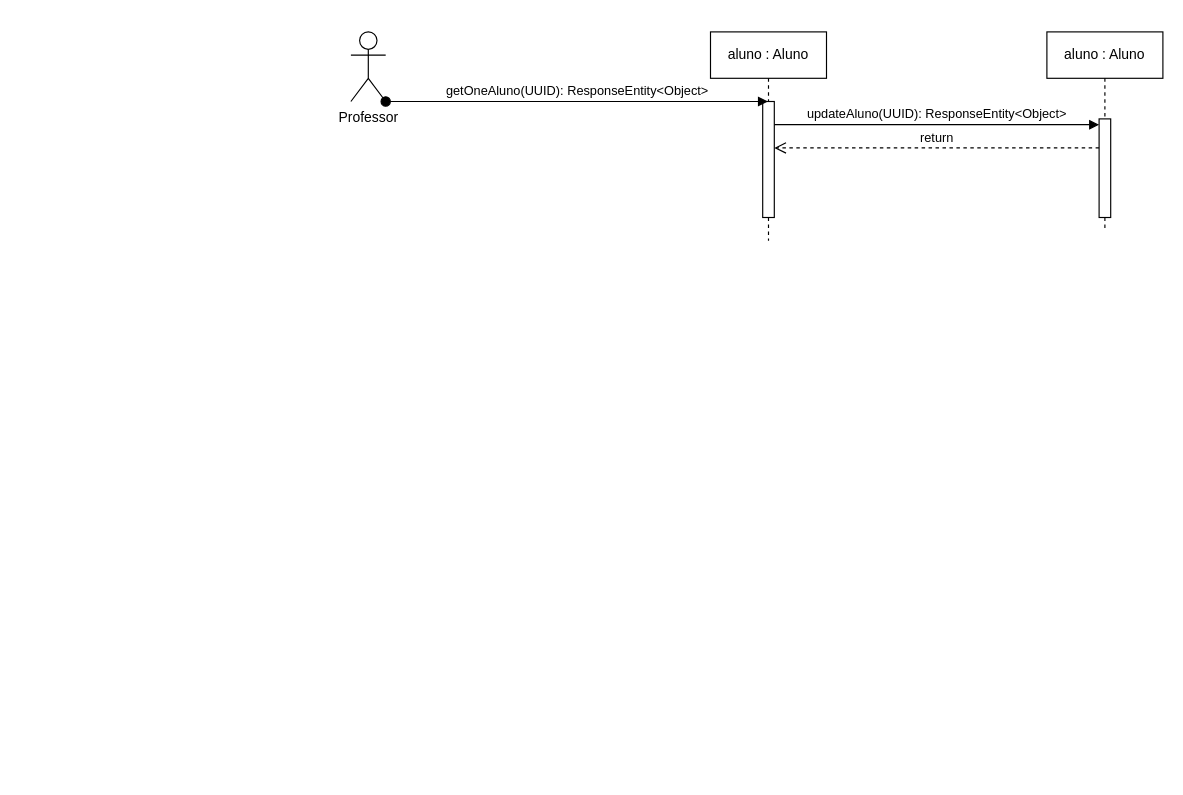
Earlier version of the draw.io diagram Projeto/DiagramaSequenciaDistribuirMoedasUC2.drawio (gustavoevf/Sistema_de_Moeda_Estudantil). Source tidied: cells renumbered, new cells numbered last; positions are measured from the earlier drawing's top-left corner, leaving out a move shared by most shapes. Both pictures are drawn from the tidied source at 116%, with x=0, y=0 at pixel (350, 31).
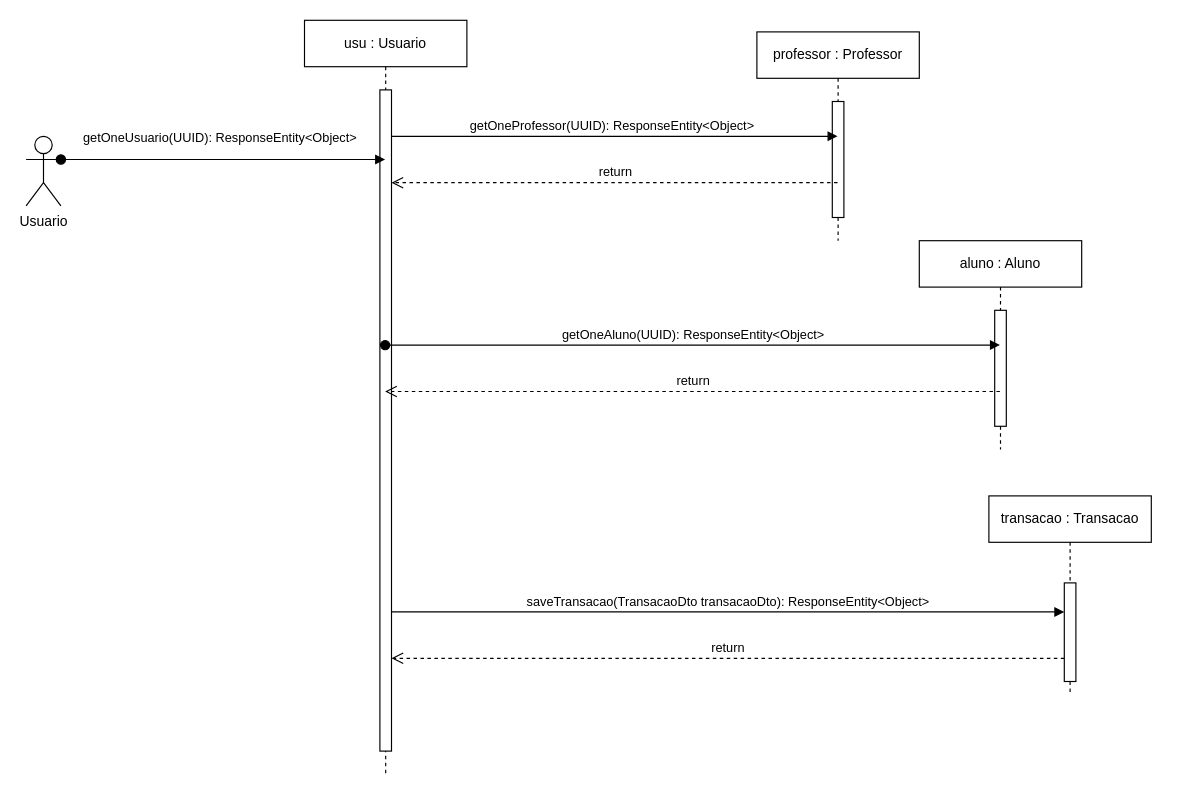
Above is the later version.

Commit message (it also covers changes not shown here):
Ajustes diagrama distribuir moedas

What changed in the source:
```diff
@@
-    <mxCell id="2" value="aluno : Aluno" style="shape=umlLifeline;perimeter=lifelinePerimeter;whiteSpace=wrap;html=1;outlineConnect=0;portConstraint=eastwest;newEdgeStyle={&quot;edgeStyle&quot;:&quot;elbowEdgeStyle&quot;,&quot;elbow&quot;:&quot;vertical&quot;,&quot;curved&quot;:0,&quot;rounded&quot;:0};" parent="1" vertex="1">
-      <mxGeometry x="310" width="100" height="180" as="geometry" />
+    <mxCell id="2" value="professor : Professor" style="shape=umlLifeline;perimeter=lifelinePerimeter;whiteSpace=wrap;html=1;outlineConnect=0;portConstraint=eastwest;newEdgeStyle={&quot;edgeStyle&quot;:&quot;elbowEdgeStyle&quot;,&quot;elbow&quot;:&quot;vertical&quot;,&quot;curved&quot;:0,&quot;rounded&quot;:0};" parent="1" vertex="1">
+      <mxGeometry x="350" width="140" height="180" as="geometry" />
     </mxCell>
     <mxCell id="3" style="html=1;points=[];perimeter=orthogonalPerimeter;outlineConnect=0;targetShapes=umlLifeline;portConstraint=eastwest;newEdgeStyle={&quot;edgeStyle&quot;:&quot;elbowEdgeStyle&quot;,&quot;elbow&quot;:&quot;vertical&quot;,&quot;curved&quot;:0,&quot;rounded&quot;:0};" parent="2" vertex="1">
-      <mxGeometry x="45" y="60" width="10" height="100" as="geometry" />
+      <mxGeometry x="65" y="60" width="10" height="100" as="geometry" />
     </mxCell>
-    <mxCell id="4" value="aluno : Aluno" style="shape=umlLifeline;perimeter=lifelinePerimeter;whiteSpace=wrap;html=1;newEdgeStyle={&quot;edgeStyle&quot;:&quot;elbowEdgeStyle&quot;,&quot;elbow&quot;:&quot;vertical&quot;,&quot;curved&quot;:0,&quot;rounded&quot;:0};" parent="1" vertex="1">
-      <mxGeometry x="600" width="100" height="170" as="geometry" />
+    <mxCell id="4" value="transacao : Transacao" style="shape=umlLifeline;perimeter=lifelinePerimeter;whiteSpace=wrap;html=1;newEdgeStyle={&quot;edgeStyle&quot;:&quot;elbowEdgeStyle&quot;,&quot;elbow&quot;:&quot;vertical&quot;,&quot;curved&quot;:0,&quot;rounded&quot;:0};" parent="1" vertex="1">
+      <mxGeometry x="550" y="400" width="140" height="170" as="geometry" />
     </mxCell>
     <mxCell id="5" style="html=1;points=[];perimeter=orthogonalPerimeter;outlineConnect=0;targetShapes=umlLifeline;portConstraint=eastwest;newEdgeStyle={&quot;edgeStyle&quot;:&quot;elbowEdgeStyle&quot;,&quot;elbow&quot;:&quot;vertical&quot;,&quot;curved&quot;:0,&quot;rounded&quot;:0};" parent="4" vertex="1">
-      <mxGeometry x="45" y="75" width="10" height="85" as="geometry" />
+      <mxGeometry x="65" y="75" width="10" height="85" as="geometry" />
     </mxCell>
-    <mxCell id="6" value="updateAluno(UUID):&amp;nbsp;ResponseEntity&amp;lt;Object&amp;gt;" style="html=1;verticalAlign=bottom;endArrow=block;edgeStyle=elbowEdgeStyle;elbow=vertical;curved=0;rounded=0;" parent="1" edge="1" source="3" target="5">
+    <mxCell id="6" value="saveTransacao(TransacaoDto transacaoDto):&amp;nbsp;ResponseEntity&amp;lt;Object&amp;gt;" style="html=1;verticalAlign=bottom;endArrow=block;edgeStyle=elbowEdgeStyle;elbow=vertical;curved=0;rounded=0;" parent="1" edge="1" source="11" target="5">
       <mxGeometry relative="1" as="geometry">
         <Array as="points">
-          <mxPoint x="470" y="80" />
+          <mxPoint x="160" y="500" />
+          <mxPoint x="160" y="330" />
+          <mxPoint x="610" y="300" />
         </Array>
       </mxGeometry>
     </mxCell>
-    <mxCell id="7" value="return" style="html=1;verticalAlign=bottom;endArrow=open;dashed=1;endSize=8;edgeStyle=elbowEdgeStyle;elbow=vertical;curved=0;rounded=0;" parent="1" edge="1" source="5" target="3">
+    <mxCell id="7" value="return" style="html=1;verticalAlign=bottom;endArrow=open;dashed=1;endSize=8;edgeStyle=elbowEdgeStyle;elbow=vertical;curved=0;rounded=0;" parent="1" edge="1" source="5" target="11">
       <mxGeometry relative="1" as="geometry">
         <Array as="points">
-          <mxPoint x="550" y="100" />
-          <mxPoint x="480" y="240" />
+          <mxPoint x="180" y="540" />
+          <mxPoint x="180" y="560" />
+          <mxPoint x="110" y="370" />
+          <mxPoint x="610" y="340" />
+          <mxPoint x="490" y="340" />
         </Array>
       </mxGeometry>
     </mxCell>
-    <mxCell id="8" value="Professor" style="shape=umlActor;verticalLabelPosition=bottom;verticalAlign=top;html=1;outlineConnect=0;" parent="1" vertex="1">
-      <mxGeometry width="30" height="60" as="geometry" />
+    <mxCell id="8" value="Usuario" style="shape=umlActor;verticalLabelPosition=bottom;verticalAlign=top;html=1;outlineConnect=0;" parent="1" vertex="1">
+      <mxGeometry x="-280" y="90" width="30" height="60" as="geometry" />
     </mxCell>
-    <mxCell id="9" value="getOneAluno(UUID):&amp;nbsp;ResponseEntity&amp;lt;Object&amp;gt;" style="html=1;verticalAlign=bottom;startArrow=oval;endArrow=block;startSize=8;edgeStyle=elbowEdgeStyle;elbow=vertical;curved=0;rounded=0;exitX=1;exitY=1;exitDx=0;exitDy=0;exitPerimeter=0;" parent="1" edge="1" source="8" target="2">
-      <mxGeometry relative="1" as="geometry" />
+    <mxCell id="9" value="getOneProfessor(UUID):&amp;nbsp;ResponseEntity&amp;lt;Object&amp;gt;" style="html=1;verticalAlign=bottom;startArrow=oval;endArrow=block;startSize=8;edgeStyle=elbowEdgeStyle;elbow=vertical;curved=0;rounded=0;" parent="1" edge="1" source="10" target="2">
+      <mxGeometry relative="1" as="geometry">
+        <Array as="points">
+          <mxPoint x="310" y="90" />
+          <mxPoint x="60" y="60" />
+        </Array>
+      </mxGeometry>
     </mxCell>
+    <mxCell id="10" value="usu : Usuario" style="shape=umlLifeline;perimeter=lifelinePerimeter;whiteSpace=wrap;html=1;outlineConnect=0;portConstraint=eastwest;newEdgeStyle={&quot;edgeStyle&quot;:&quot;elbowEdgeStyle&quot;,&quot;elbow&quot;:&quot;vertical&quot;,&quot;curved&quot;:0,&quot;rounded&quot;:0};" parent="1" vertex="1">
+      <mxGeometry x="-40" y="-10" width="140" height="650" as="geometry" />
+    </mxCell>
+    <mxCell id="11" style="html=1;points=[];perimeter=orthogonalPerimeter;outlineConnect=0;targetShapes=umlLifeline;portConstraint=eastwest;newEdgeStyle={&quot;edgeStyle&quot;:&quot;elbowEdgeStyle&quot;,&quot;elbow&quot;:&quot;vertical&quot;,&quot;curved&quot;:0,&quot;rounded&quot;:0};" parent="10" vertex="1">
+      <mxGeometry x="65" y="60" width="10" height="570" as="geometry" />
+    </mxCell>
+    <mxCell id="12" value="getOneUsuario(UUID):&amp;nbsp;ResponseEntity&amp;lt;Object&amp;gt;" style="html=1;verticalAlign=bottom;startArrow=oval;endArrow=block;startSize=8;edgeStyle=elbowEdgeStyle;elbow=vertical;curved=0;rounded=0;exitX=1;exitY=0.3333333333333333;exitDx=0;exitDy=0;exitPerimeter=0;" parent="1" edge="1" source="8" target="10">
+      <mxGeometry x="-0.02" y="10" relative="1" as="geometry">
+        <Array as="points">
+          <mxPoint x="-140" y="110" />
+          <mxPoint x="-190" y="130" />
+        </Array>
+      </mxGeometry>
+    </mxCell>
+    <mxCell id="13" value="return" style="html=1;verticalAlign=bottom;endArrow=open;dashed=1;endSize=8;edgeStyle=elbowEdgeStyle;elbow=vertical;curved=0;rounded=0;" parent="1" edge="1" source="2" target="11">
+      <mxGeometry relative="1" as="geometry">
+        <Array as="points">
+          <mxPoint x="130" y="130" />
+          <mxPoint x="385" y="100" />
+          <mxPoint x="265" y="100" />
+        </Array>
+      </mxGeometry>
+    </mxCell>
+    <mxCell id="14" value="aluno : Aluno" style="shape=umlLifeline;perimeter=lifelinePerimeter;whiteSpace=wrap;html=1;outlineConnect=0;portConstraint=eastwest;newEdgeStyle={&quot;edgeStyle&quot;:&quot;elbowEdgeStyle&quot;,&quot;elbow&quot;:&quot;vertical&quot;,&quot;curved&quot;:0,&quot;rounded&quot;:0};" parent="1" vertex="1">
+      <mxGeometry x="490" y="180" width="140" height="180" as="geometry" />
+    </mxCell>
+    <mxCell id="15" style="html=1;perimeter=orthogonalPerimeter;targetShapes=umlLifeline;newEdgeStyle={&quot;edgeStyle&quot;:&quot;elbowEdgeStyle&quot;,&quot;elbow&quot;:&quot;vertical&quot;,&quot;curved&quot;:0,&quot;rounded&quot;:0};" parent="14" vertex="1">
+      <mxGeometry x="65" y="60" width="10" height="100" as="geometry" />
+    </mxCell>
+    <mxCell id="16" value="getOneAluno(UUID):&amp;nbsp;ResponseEntity&amp;lt;Object&amp;gt;" style="html=1;verticalAlign=bottom;startArrow=oval;endArrow=block;startSize=8;edgeStyle=elbowEdgeStyle;elbow=vertical;curved=0;rounded=0;" parent="1" edge="1" source="10" target="14">
+      <mxGeometry relative="1" as="geometry">
+        <Array as="points">
+          <mxPoint x="410" y="270" />
+          <mxPoint x="160" y="240" />
+        </Array>
+      </mxGeometry>
+    </mxCell>
+    <mxCell id="17" value="return" style="html=1;verticalAlign=bottom;endArrow=open;dashed=1;endSize=8;edgeStyle=elbowEdgeStyle;elbow=vertical;curved=0;rounded=0;" parent="1" edge="1" source="14" target="10">
+      <mxGeometry relative="1" as="geometry">
+        <Array as="points">
+          <mxPoint x="215" y="310" />
+          <mxPoint x="470" y="280" />
+          <mxPoint x="350" y="280" />
+        </Array>
+      </mxGeometry>
+    </mxCell>
```
